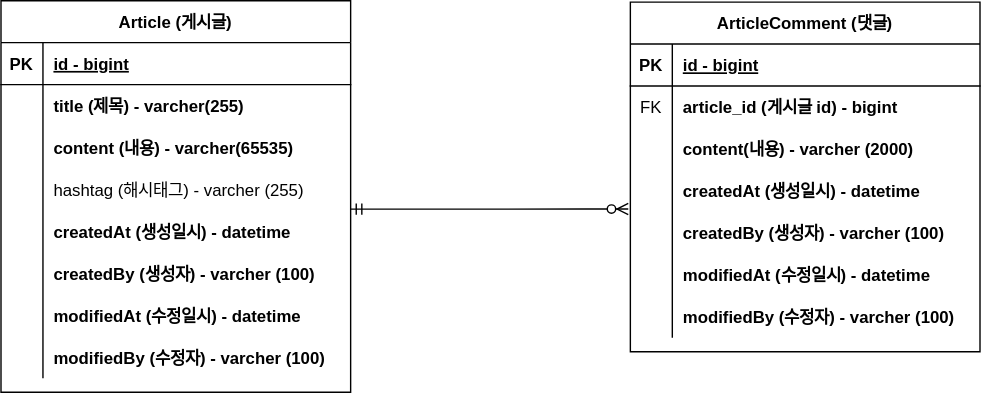
dooyong2/solo-project-board keeps this draw.io diagram as document/project-board-erd.svg. Above is the earlier version. Source tidied: cells renumbered, new cells last; positions are measured from the earlier drawing's top-left corner, leaving out a move shared by most shapes.
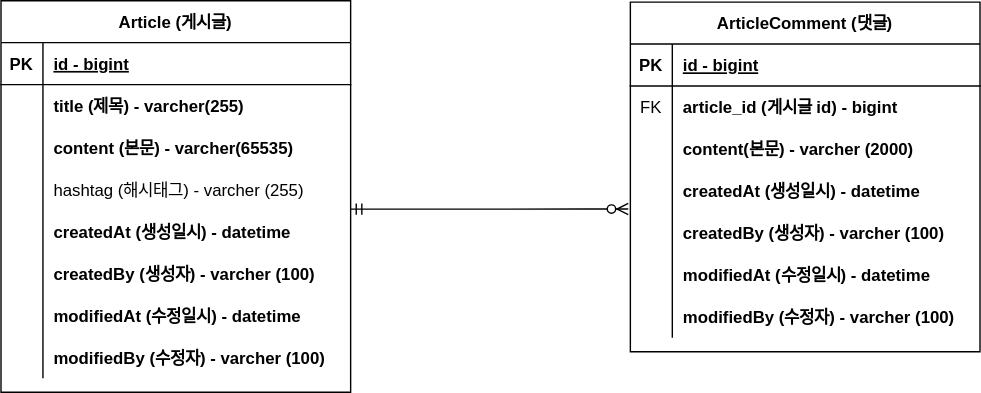
The same diagram one commit later.

Commit message:
#7 - ERD 주석 업데이트 project-board-erd.svg

Diff of the diagram source:
```diff
@@ -29,7 +29,7 @@
     <mxCell id="10" style="shape=partialRectangle;overflow=hidden;fillColor=none;top=0;left=0;bottom=0;right=0;" parent="9" vertex="1">
       <mxGeometry width="30" height="30" as="geometry" />
     </mxCell>
-    <mxCell id="11" value="content (내용) - varcher(65535)" style="shape=partialRectangle;overflow=hidden;fillColor=none;top=0;left=0;bottom=0;right=0;align=left;spacingLeft=6;fontStyle=1;" parent="9" vertex="1">
+    <mxCell id="11" value="content (본문) - varcher(65535)" style="shape=partialRectangle;overflow=hidden;fillColor=none;top=0;left=0;bottom=0;right=0;align=left;spacingLeft=6;fontStyle=1;" parent="9" vertex="1">
       <mxGeometry x="30" width="220" height="30" as="geometry" />
     </mxCell>
     <mxCell id="12" style="shape=partialRectangle;fillColor=none;points=[[0,0.5],[1,0.5]];portConstraint=eastwest;top=0;left=0;right=0;bottom=0;" parent="2" vertex="1">
@@ -104,7 +104,7 @@
     <mxCell id="35" style="shape=partialRectangle;overflow=hidden;fillColor=none;top=0;left=0;bottom=0;right=0;" parent="34" vertex="1">
       <mxGeometry width="30" height="30" as="geometry" />
     </mxCell>
-    <mxCell id="36" value="content(내용) - varcher (2000)" style="shape=partialRectangle;overflow=hidden;fillColor=none;top=0;left=0;bottom=0;right=0;align=left;spacingLeft=6;fontStyle=1;" parent="34" vertex="1">
+    <mxCell id="36" value="content(본문) - varcher (2000)" style="shape=partialRectangle;overflow=hidden;fillColor=none;top=0;left=0;bottom=0;right=0;align=left;spacingLeft=6;fontStyle=1;" parent="34" vertex="1">
       <mxGeometry x="30" width="220" height="30" as="geometry" />
     </mxCell>
     <mxCell id="37" style="shape=partialRectangle;fillColor=none;points=[[0,0.5],[1,0.5]];portConstraint=eastwest;top=0;left=0;right=0;bottom=0;" parent="27" vertex="1">
```
